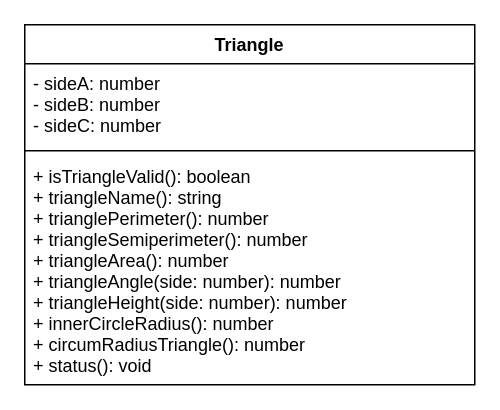
Above: design/class.drawio in Ethan-Prieur1/ics4u-assignment-3-typescript (draw.io), before the change. Source tidied: cells renumbered, new cells numbered last; positions are measured from the earlier drawing's top-left corner, leaving out a move shared by most shapes. Both pictures are drawn from the tidied source at 150%, with x=0, y=0 at pixel (24, 24).
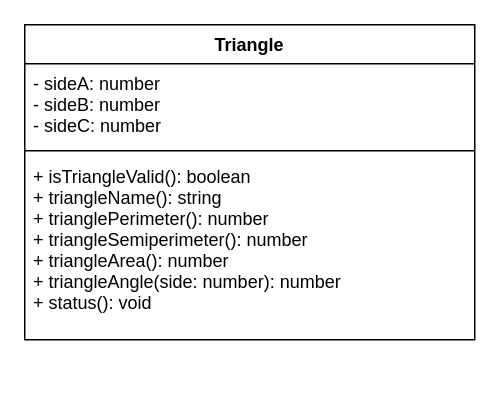
The same diagram, later.

Diff of the diagram source:
```diff
@@
 <mxGraphModel>
   <root>
     <mxCell id="0" />
     <mxCell id="1" parent="0" />
     <mxCell id="2" value="Triangle" style="swimlane;fontStyle=1;align=center;verticalAlign=top;horizontal=1;startSize=26;" parent="1" vertex="1">
-      <mxGeometry width="300" height="240" as="geometry" />
+      <mxGeometry width="300" height="210" as="geometry" />
     </mxCell>
     <mxCell id="3" value="- sideA: number&#10;- sideB: number&#10;- sideC: number" style="text;strokeColor=none;fillColor=none;align=left;verticalAlign=top;spacingLeft=4;spacingRight=4;overflow=hidden;" parent="2" vertex="1">
       <mxGeometry y="26" width="300" height="54" as="geometry" />
     </mxCell>
     <mxCell id="4" style="line;strokeWidth=1;fillColor=none;align=left;verticalAlign=middle;spacingTop=-1;spacingLeft=3;spacingRight=3;labelPosition=right;" parent="2" vertex="1">
       <mxGeometry y="80" width="300" height="8" as="geometry" />
     </mxCell>
-    <mxCell id="5" value="+ isTriangleValid(): boolean&#10;+ triangleName(): string&#10;+ trianglePerimeter(): number&#10;+ triangleSemiperimeter(): number&#10;+ triangleArea(): number&#10;+ triangleAngle(side: number): number&#10;+ triangleHeight(side: number): number&#10;+ innerCircleRadius(): number&#10;+ circumRadiusTriangle(): number&#10;+ status(): void" style="text;strokeColor=none;fillColor=none;align=left;verticalAlign=top;spacingLeft=4;spacingRight=4;overflow=hidden;" parent="2" vertex="1">
-      <mxGeometry y="88" width="300" height="152" as="geometry" />
+    <mxCell id="5" value="+ isTriangleValid(): boolean&#10;+ triangleName(): string&#10;+ trianglePerimeter(): number&#10;+ triangleSemiperimeter(): number&#10;+ triangleArea(): number&#10;+ triangleAngle(side: number): number&#10;+ status(): void" style="text;strokeColor=none;fillColor=none;align=left;verticalAlign=top;spacingLeft=4;spacingRight=4;overflow=hidden;" parent="2" vertex="1">
+      <mxGeometry y="88" width="300" height="122" as="geometry" />
     </mxCell>
   </root>
 </mxGraphModel>
```
